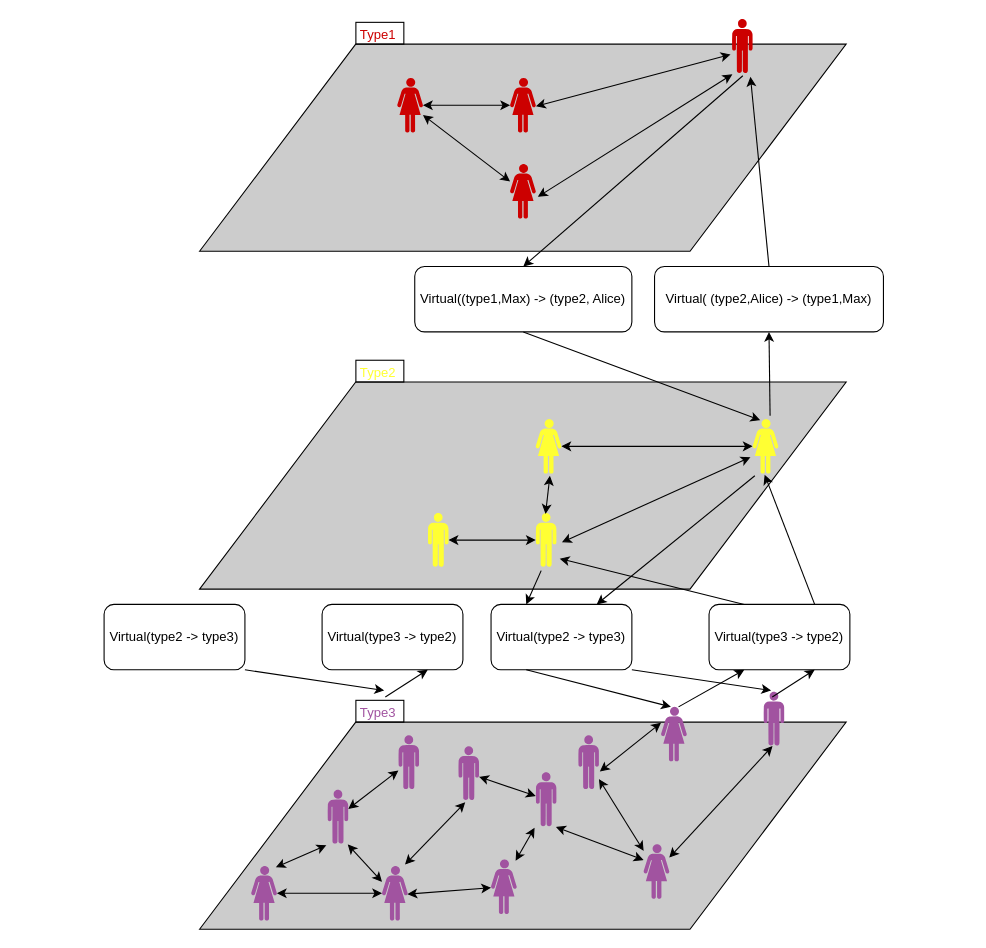
Before: docs/images/networkOfNetworkVirtualTypesFiner.drawio in josura/c2c-sepia, a draw.io diagram. Source tidied: cells renumbered, new cells numbered last; positions are measured from the earlier drawing's top-left corner, leaving out a move shared by most shapes. Both pictures are drawn from the tidied source at 109%, with x=0, y=0 at pixel (104, 19).
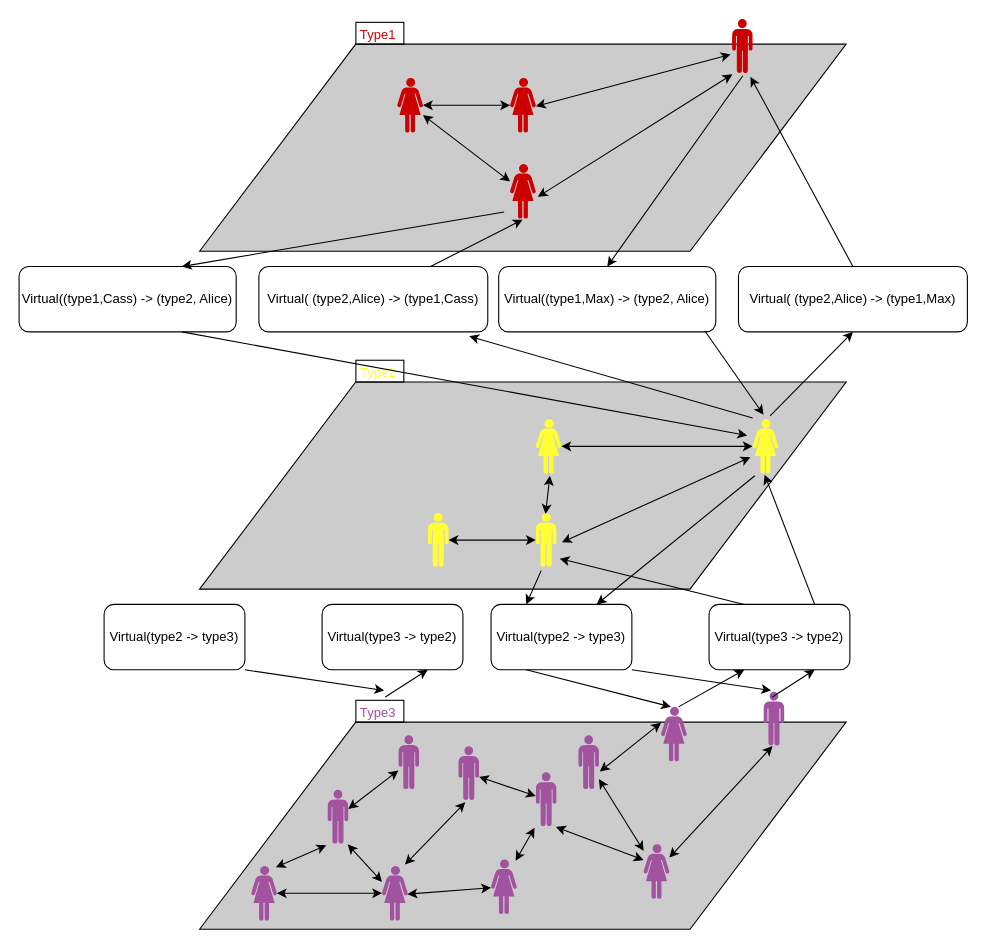
The same page after the edit.

Unchanged cells that the change refers to:
```xml
<mxCell id="13" style="verticalLabelPosition=bottom;sketch=0;html=1;fillColor=#FFFF33;verticalAlign=top;align=center;shape=mxgraph.cisco_safe.design.actor_1;" parent="1" vertex="1">
  <mxGeometry x="595" y="367" width="23.5" height="50" as="geometry" />
</mxCell>
<mxCell id="48" style="verticalLabelPosition=bottom;sketch=0;html=1;fillColor=#CC0000;verticalAlign=top;align=center;shape=mxgraph.cisco_safe.design.actor_1;" parent="1" vertex="1">
  <mxGeometry x="372.5" y="133" width="23.5" height="50" as="geometry" />
</mxCell>
```

Diff of the diagram source:
```diff
@@
     <mxCell id="60" value="Virtual( (type2,Alice) -&amp;gt; (type1,Max)" style="rounded=1;whiteSpace=wrap;html=1;" parent="1" vertex="1">
-      <mxGeometry x="505" y="227" width="210" height="60" as="geometry" />
+      <mxGeometry x="582" y="227" width="210" height="60" as="geometry" />
     </mxCell>
     <mxCell id="61" value="Virtual((type1,Max) -&amp;gt; (type2, Alice)" style="rounded=1;whiteSpace=wrap;html=1;" parent="1" vertex="1">
-      <mxGeometry x="285" y="227" width="199.2" height="60" as="geometry" />
+      <mxGeometry x="362" y="227" width="199.2" height="60" as="geometry" />
     </mxCell>
@@
-    <mxCell id="63" style="rounded=0;jettySize=auto;html=1;exitX=0.5;exitY=1;exitDx=0;exitDy=0;entryX=0.298;entryY=0.02;entryDx=0;entryDy=0;entryPerimeter=0;" parent="1" edge="1" source="61" target="13">
+    <mxCell id="63" style="rounded=0;jettySize=auto;html=1;exitX=0.949;exitY=0.983;exitDx=0;exitDy=0;entryX=0.426;entryY=-0.08;entryDx=0;entryDy=0;entryPerimeter=0;exitPerimeter=0;" parent="1" edge="1" source="61" target="13">
       <mxGeometry relative="1" as="geometry" />
     </mxCell>
@@
+    <mxCell id="70" value="Virtual( (type2,Alice) -&amp;gt; (type1,Cass)" style="rounded=1;whiteSpace=wrap;html=1;" parent="1" vertex="1">
+      <mxGeometry x="142" y="227" width="210" height="60" as="geometry" />
+    </mxCell>
+    <mxCell id="71" value="Virtual((type1,Cass) -&amp;gt; (type2, Alice)" style="rounded=1;whiteSpace=wrap;html=1;" parent="1" vertex="1">
+      <mxGeometry x="-78" y="227" width="199.2" height="60" as="geometry" />
+    </mxCell>
+    <mxCell id="72" style="rounded=0;jettySize=auto;html=1;exitX=0;exitY=-0.02;exitDx=0;exitDy=0;entryX=0.919;entryY=1.067;entryDx=0;entryDy=0;exitPerimeter=0;entryPerimeter=0;" parent="1" edge="1" source="13" target="70">
+      <mxGeometry relative="1" as="geometry" />
+    </mxCell>
+    <mxCell id="73" style="rounded=0;jettySize=auto;html=1;exitX=0.75;exitY=0;exitDx=0;exitDy=0;entryX=0.489;entryY=1.02;entryDx=0;entryDy=0;entryPerimeter=0;" parent="1" edge="1" source="70" target="48">
+      <mxGeometry relative="1" as="geometry" />
+    </mxCell>
+    <mxCell id="74" style="rounded=0;jettySize=auto;html=1;exitX=-0.234;exitY=0.88;exitDx=0;exitDy=0;entryX=0.75;entryY=0;entryDx=0;entryDy=0;exitPerimeter=0;" parent="1" edge="1" source="48" target="71">
+      <mxGeometry relative="1" as="geometry" />
+    </mxCell>
+    <mxCell id="75" style="rounded=0;jettySize=auto;html=1;exitX=0.75;exitY=1;exitDx=0;exitDy=0;entryX=-0.213;entryY=0.3;entryDx=0;entryDy=0;entryPerimeter=0;" parent="1" edge="1" source="71" target="13">
+      <mxGeometry relative="1" as="geometry" />
+    </mxCell>
```
